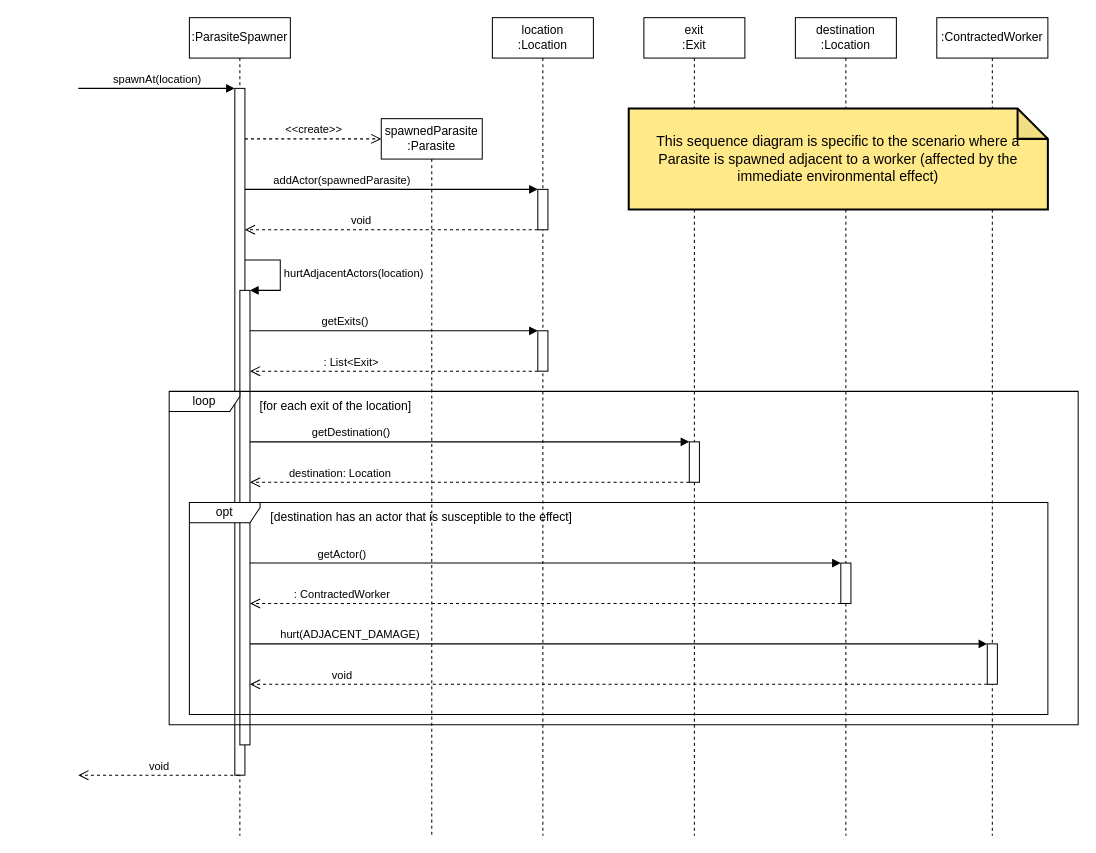
ls9487/FIT2099-2026-SEM1-garbage-collection-inc keeps this draw.io diagram as docs/design/assignment2/REQ4/A2-REQ4-SequenceDiagram.drawio. Above is the earlier version. Source tidied: cells renumbered, new cells numbered last; positions are measured from the earlier drawing's top-left corner, leaving out a move shared by most shapes. Both pictures are drawn from the tidied source at 101%, with x=0, y=0 at pixel (78, 17).
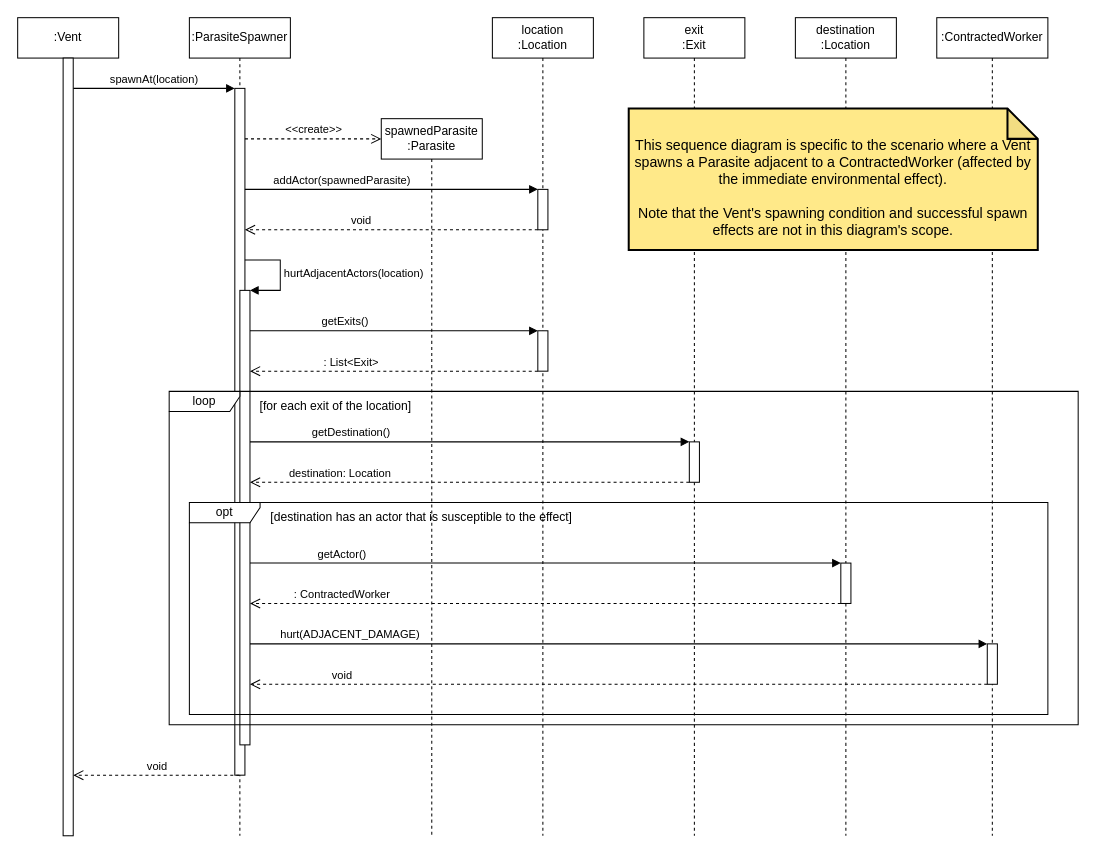
The same diagram, later.

Commit message (it also covers changes not shown here):
Added another class involved in REQ4's sequence diagram

Unchanged cells that the change refers to:
```xml
<mxCell id="2" value=":ParasiteSpawner" style="shape=umlLifeline;perimeter=lifelinePerimeter;whiteSpace=wrap;html=1;outlineConnect=0;portConstraint=eastwest;newEdgeStyle={&quot;curved&quot;:0,&quot;rounded&quot;:0};" parent="1" vertex="1">
  <mxGeometry x="110" width="100" height="810" as="geometry" />
</mxCell>
<mxCell id="3" style="html=1;points=[[0,0,0,0,5],[0,1,0,0,-5],[1,0,0,0,5],[1,1,0,0,-5]];perimeter=orthogonalPerimeter;outlineConnect=0;targetShapes=umlLifeline;portConstraint=eastwest;newEdgeStyle={&quot;curved&quot;:0,&quot;rounded&quot;:0};" parent="2" vertex="1">
  <mxGeometry x="45" y="70" width="10" height="680" as="geometry" />
</mxCell>
```

What changed in the source:
```diff
@@
-    <mxCell id="11" value="spawnAt(location)" style="html=1;verticalAlign=bottom;endArrow=block;curved=0;rounded=0;" parent="1" edge="1" target="3">
+    <mxCell id="11" value="spawnAt(location)" style="html=1;verticalAlign=bottom;endArrow=block;curved=0;rounded=0;" parent="1" edge="1" source="35" target="3">
       <mxGeometry relative="1" as="geometry">
-        <mxPoint y="70" as="sourcePoint" />
         <Array as="points">
           <mxPoint x="130" y="70" />
         </Array>
       </mxGeometry>
     </mxCell>
@@
-    <mxCell id="32" value="void" style="html=1;verticalAlign=bottom;endArrow=open;curved=0;rounded=0;dashed=1;endFill=0;endSize=8;" parent="1" edge="1" source="2">
+    <mxCell id="32" value="void" style="html=1;verticalAlign=bottom;endArrow=open;curved=0;rounded=0;dashed=1;endFill=0;endSize=8;" parent="1" edge="1" source="2" target="35">
       <mxGeometry relative="1" as="geometry">
-        <mxPoint y="750" as="targetPoint" />
         <Array as="points">
           <mxPoint x="45" y="750" />
         </Array>
       </mxGeometry>
     </mxCell>
-    <mxCell id="33" value="&lt;font style=&quot;font-size: 14px;&quot;&gt;This sequence diagram is specific to the scenario where a Parasite is spawned adjacent to a worker (affected by the immediate environmental effect)&lt;/font&gt;" style="shape=note;whiteSpace=wrap;html=1;backgroundOutline=1;darkOpacity=0.05;fillColor=light-dark(#FFE989,#FFE989);strokeColor=light-dark(#000000,#000000);strokeWidth=2;fontColor=light-dark(#000000,#000000);align=center;" parent="1" vertex="1">
-      <mxGeometry x="545" y="90" width="415" height="100" as="geometry" />
+    <mxCell id="33" value="&lt;div&gt;&lt;font style=&quot;font-size: 14px;&quot;&gt;&lt;br&gt;&lt;/font&gt;&lt;/div&gt;&lt;div&gt;&lt;font style=&quot;font-size: 14px;&quot;&gt;This sequence diagram is specific to the scenario where a Vent spawns a Parasite adjacent to a ContractedWorker (affected by the immediate environmental effect).&lt;/font&gt;&lt;/div&gt;&lt;div&gt;&lt;font style=&quot;font-size: 14px;&quot;&gt;&lt;br&gt;&lt;/font&gt;&lt;/div&gt;&lt;div&gt;&lt;font style=&quot;font-size: 14px;&quot;&gt;Note that the Vent's spawning condition and successful spawn effects are not in this diagram's scope.&lt;/font&gt;&lt;/div&gt;" style="shape=note;whiteSpace=wrap;html=1;backgroundOutline=1;darkOpacity=0.05;fillColor=light-dark(#FFE989,#FFE989);strokeColor=light-dark(#000000,#000000);strokeWidth=2;fontColor=light-dark(#000000,#000000);align=center;" parent="1" vertex="1">
+      <mxGeometry x="545" y="90" width="405" height="140" as="geometry" />
     </mxCell>
+    <mxCell id="34" value=":Vent" style="shape=umlLifeline;perimeter=lifelinePerimeter;whiteSpace=wrap;html=1;newEdgeStyle={&quot;curved&quot;:0,&quot;rounded&quot;:0};" parent="1" vertex="1">
+      <mxGeometry x="-60" width="100" height="810" as="geometry" />
+    </mxCell>
+    <mxCell id="35" style="html=1;points=[[0,0,0,0,5],[0,1,0,0,-5],[1,0,0,0,5],[1,1,0,0,-5]];perimeter=orthogonalPerimeter;outlineConnect=0;targetShapes=umlLifeline;portConstraint=eastwest;newEdgeStyle={&quot;curved&quot;:0,&quot;rounded&quot;:0};" parent="34" vertex="1">
+      <mxGeometry x="45" y="40" width="10" height="770" as="geometry" />
+    </mxCell>
```
